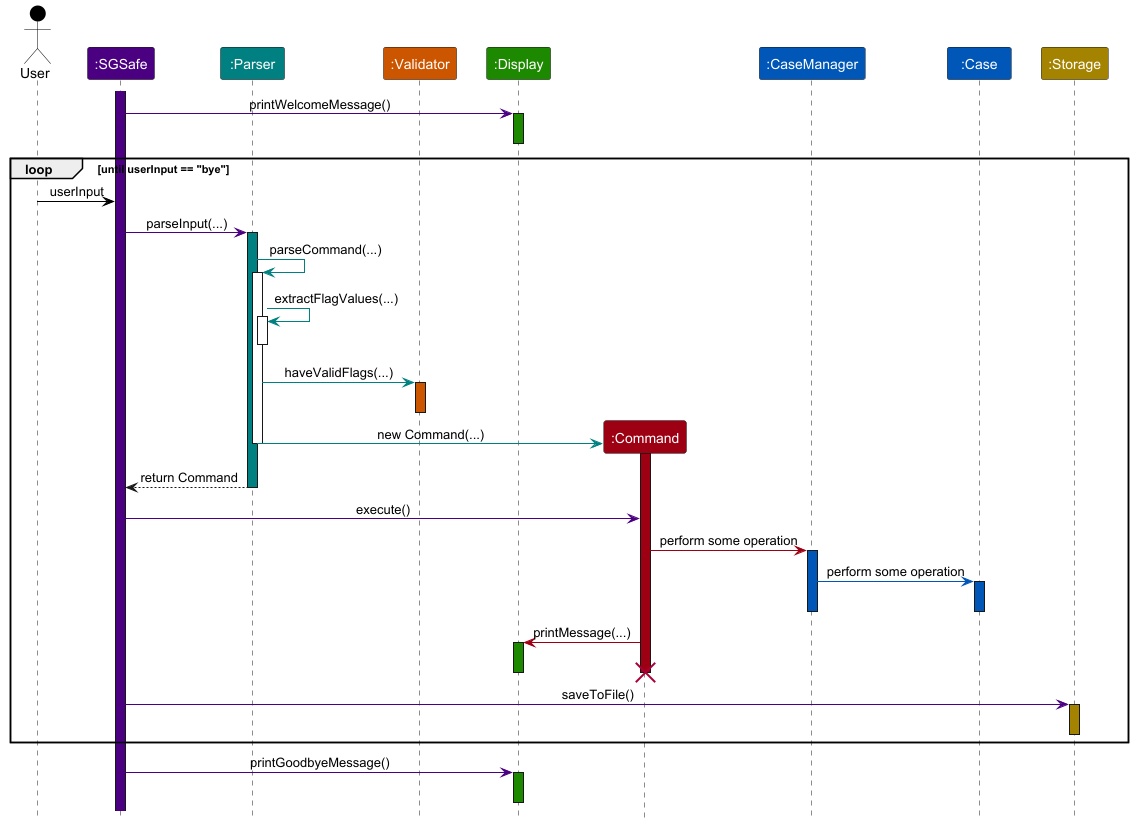
This is docs/images/SequenceDiagramGenericCombined.png from zhengjie2002/tp, a PlantUML export, as it was before one commit. Source of this version:
```plantuml
@startuml
!include ../style.puml
skinparam ArrowFontStyle plain

actor User as user USER_COLOR
participant ":SGSafe" as sgsafe SGSAFE_COLOR
participant ":Parser" as parser PARSER_COLOR
participant ":Validator" as validator VALIDATOR_COLOR
participant ":Display" as display DISPLAY_COLOR

activate sgsafe SGSAFE_COLOR

sgsafe -[SGSAFE_COLOR]> display :printWelcomeMessage()
activate display DISPLAY_COLOR
deactivate display DISPLAY_COLOR

loop until userInput == "bye"
    user -[USER_COLOR]> sgsafe : userInput

    sgsafe -[SGSAFE_COLOR]> parser : parseInput(...)
    activate parser PARSER_COLOR

    parser -[PARSER_COLOR]> parser : parseCommand(...)
    activate parser

    parser -[PARSER_COLOR]> parser : extractFlagValues(...)
    activate parser
    deactivate parser

    parser -[PARSER_COLOR]> validator : haveValidFlags(...)
    activate validator VALIDATOR_COLOR
    deactivate validator

    create participant ":Command" as cmd COMMAND_COLOR
    parser -[PARSER_COLOR]> cmd : new Command(...)
    activate cmd COMMAND_COLOR

    deactivate parser

    parser --> sgsafe : return Command
    deactivate parser

    sgsafe -[SGSAFE_COLOR]> cmd : execute()

    participant ":CaseManager" as caseMgr MODEL_COLOR
    participant ":Case" as case MODEL_COLOR
    participant ":Storage" as storage STORAGE_COLOR

    cmd -[COMMAND_COLOR]> caseMgr : perform some operation
    activate caseMgr MODEL_COLOR

    caseMgr -[MODEL_COLOR]> case : perform some operation
    activate case MODEL_COLOR
    deactivate case
    deactivate caseMgr

    cmd -[COMMAND_COLOR]> display : printMessage(...)
    activate display DISPLAY_COLOR
    deactivate display
    deactivate cmd

    destroy cmd


    sgsafe -[SGSAFE_COLOR]> storage : saveToFile()
    activate storage STORAGE_COLOR
    deactivate storage

end

sgsafe -[SGSAFE_COLOR]> display :printGoodbyeMessage()
activate display DISPLAY_COLOR
deactivate display DISPLAY_COLOR

@enduml
```
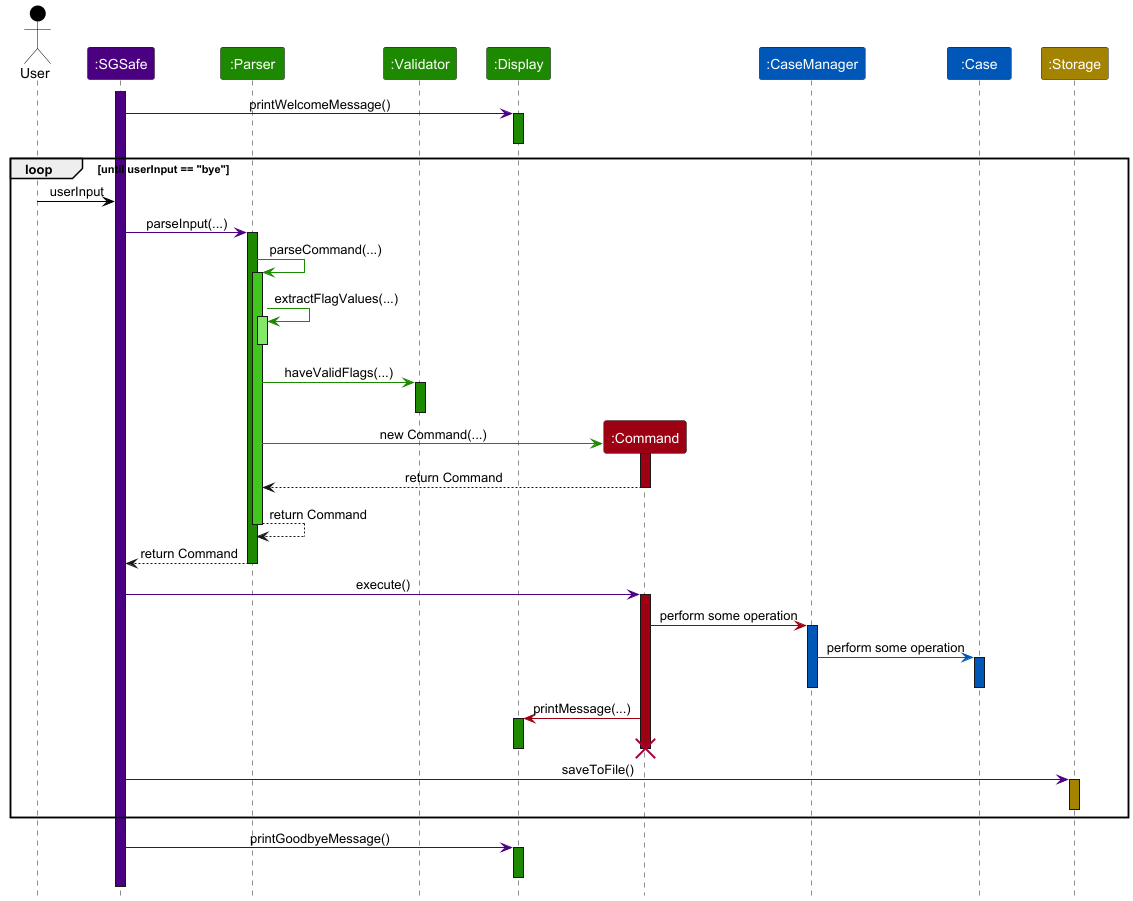
The same file after the commit.

Commit message:
Edit architecture and overall sequence diagram

Change to the diagram source:
```diff
@@ -3,73 +3,77 @@
 skinparam ArrowFontStyle plain
 
 actor User as user USER_COLOR
-participant ":SGSafe" as sgsafe SGSAFE_COLOR
-participant ":Parser" as parser PARSER_COLOR
-participant ":Validator" as validator VALIDATOR_COLOR
-participant ":Display" as display DISPLAY_COLOR
+participant ":SGSafe" as sgsafe MAIN_COLOR
+participant ":Parser" as parser UI_COLOR
+participant ":Validator" as validator UI_COLOR
+participant ":Display" as display UI_COLOR
 
-activate sgsafe SGSAFE_COLOR
+activate sgsafe MAIN_COLOR
 
-sgsafe -[SGSAFE_COLOR]> display :printWelcomeMessage()
-activate display DISPLAY_COLOR
-deactivate display DISPLAY_COLOR
+sgsafe -[MAIN_COLOR]> display :printWelcomeMessage()
+activate display UI_COLOR
+deactivate display UI_COLOR
 
 loop until userInput == "bye"
     user -[USER_COLOR]> sgsafe : userInput
 
-    sgsafe -[SGSAFE_COLOR]> parser : parseInput(...)
-    activate parser PARSER_COLOR
+    sgsafe -[MAIN_COLOR]> parser : parseInput(...)
+    activate parser UI_COLOR
 
-    parser -[PARSER_COLOR]> parser : parseCommand(...)
-    activate parser
+    parser -[UI_COLOR]> parser : parseCommand(...)
+    activate parser UI_COLOR_T2
 
-    parser -[PARSER_COLOR]> parser : extractFlagValues(...)
-    activate parser
+    parser -[UI_COLOR]> parser : extractFlagValues(...)
+    activate parser UI_COLOR_T1
     deactivate parser
 
-    parser -[PARSER_COLOR]> validator : haveValidFlags(...)
-    activate validator VALIDATOR_COLOR
+    parser -[UI_COLOR]> validator : haveValidFlags(...)
+    activate validator UI_COLOR
     deactivate validator
 
     create participant ":Command" as cmd COMMAND_COLOR
-    parser -[PARSER_COLOR]> cmd : new Command(...)
+    parser -[UI_COLOR]> cmd : new Command(...)
     activate cmd COMMAND_COLOR
 
+    cmd --> parser : return Command
+    deactivate cmd
+
+    parser --> parser : return Command
     deactivate parser
 
     parser --> sgsafe : return Command
     deactivate parser
 
-    sgsafe -[SGSAFE_COLOR]> cmd : execute()
+    sgsafe -[MAIN_COLOR]> cmd : execute()
+    activate cmd COMMAND_COLOR
 
-    participant ":CaseManager" as caseMgr MODEL_COLOR
-    participant ":Case" as case MODEL_COLOR
+    participant ":CaseManager" as caseMgr CASEFILE_COLOR
+    participant ":Case" as case CASEFILE_COLOR
     participant ":Storage" as storage STORAGE_COLOR
 
     cmd -[COMMAND_COLOR]> caseMgr : perform some operation
-    activate caseMgr MODEL_COLOR
+    activate caseMgr CASEFILE_COLOR
 
-    caseMgr -[MODEL_COLOR]> case : perform some operation
-    activate case MODEL_COLOR
+    caseMgr -[CASEFILE_COLOR]> case : perform some operation
+    activate case CASEFILE_COLOR
     deactivate case
     deactivate caseMgr
 
     cmd -[COMMAND_COLOR]> display : printMessage(...)
-    activate display DISPLAY_COLOR
+    activate display UI_COLOR
     deactivate display
     deactivate cmd
 
     destroy cmd
 
-
-    sgsafe -[SGSAFE_COLOR]> storage : saveToFile()
+    sgsafe -[MAIN_COLOR]> storage : saveToFile()
     activate storage STORAGE_COLOR
     deactivate storage
 
 end
 
-sgsafe -[SGSAFE_COLOR]> display :printGoodbyeMessage()
-activate display DISPLAY_COLOR
-deactivate display DISPLAY_COLOR
+sgsafe -[MAIN_COLOR]> display :printGoodbyeMessage()
+activate display UI_COLOR
+deactivate display UI_COLOR
 
 @enduml
```
